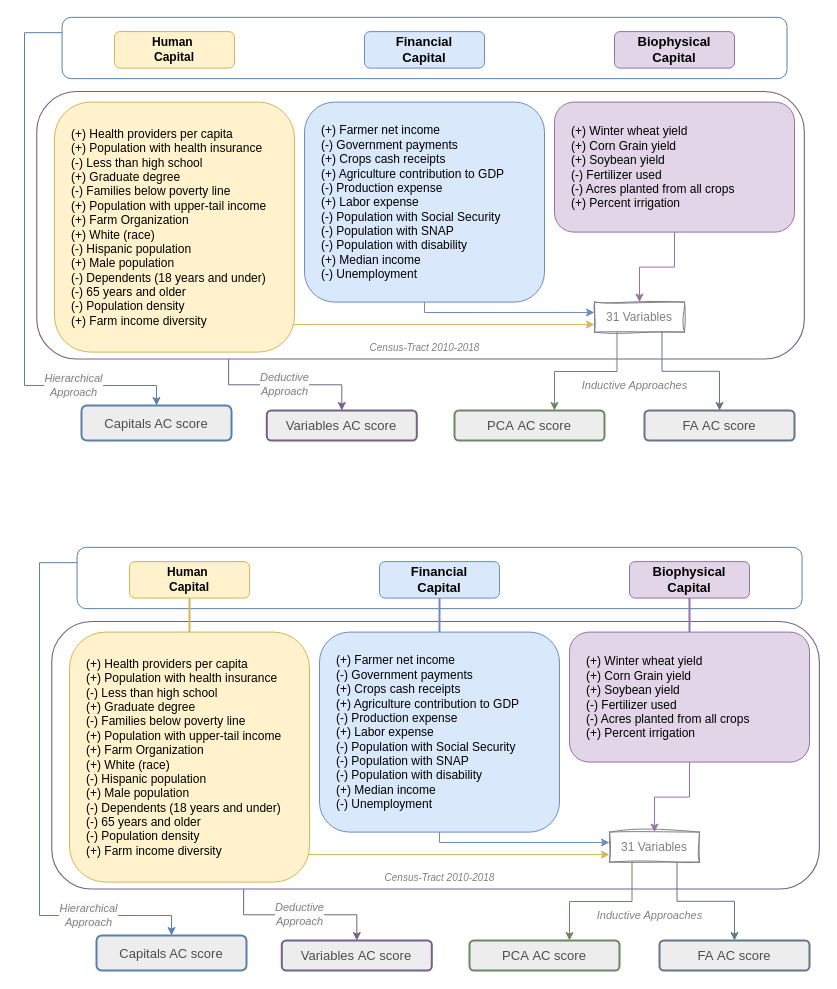
Before: ACIndicatorSelectionFrameworkSummer2024.drawio in dealchre/gradDrawio, a draw.io diagram. Source tidied: cells renumbered, new cells numbered last; positions are measured from the earlier drawing's top-left corner, leaving out a move shared by most shapes. Both pictures are drawn from the tidied source at 100%, with x=0, y=0 at pixel (24, -315).
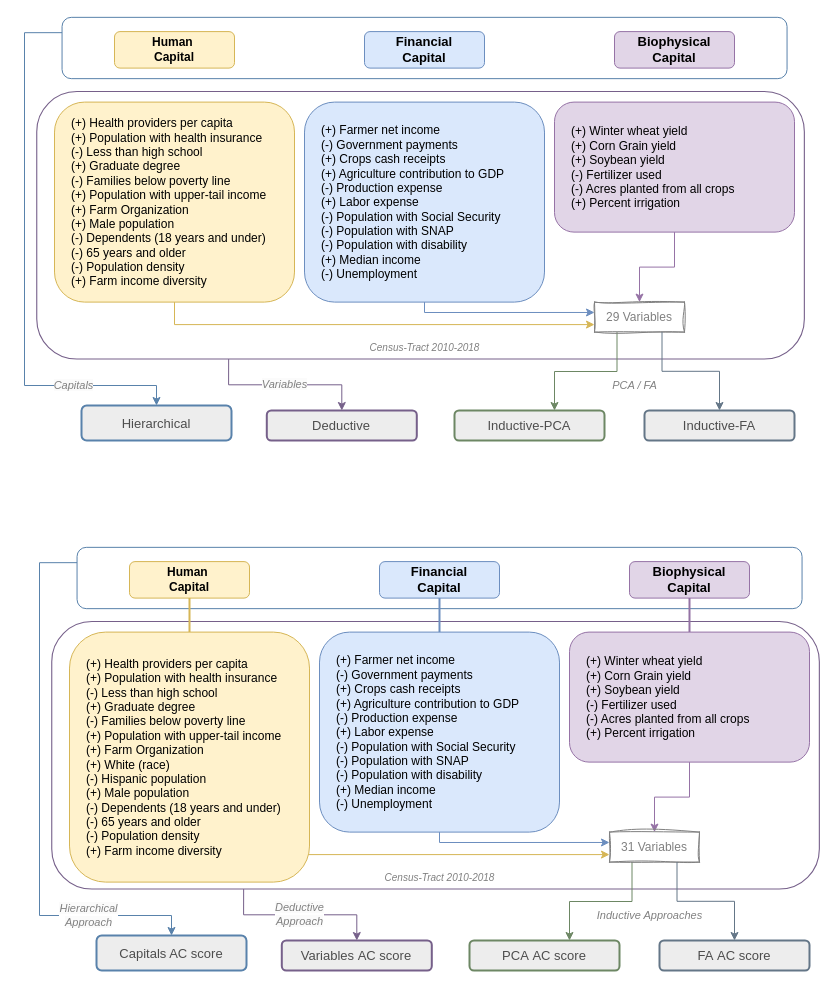
After the change.

The change refers to these unchanged cells:
```xml
<mxCell id="6" style="rounded=1;whiteSpace=wrap;html=1;fontSize=13;labelBorderColor=default;labelBackgroundColor=none;fillColor=none;strokeColor=#76608A;rotation=90;fontColor=#333333;strokeWidth=1.1;" parent="1" vertex="1">
  <mxGeometry x="262.3" y="156" width="267.5" height="767.6" as="geometry" />
</mxCell>
<mxCell id="12" style="rounded=1;whiteSpace=wrap;html=1;labelBackgroundColor=none;labelBorderColor=default;strokeColor=#5982AB;fontSize=13;fillColor=none;gradientColor=default;rotation=90;" parent="1" vertex="1">
  <mxGeometry x="369.4" width="61.3" height="725" as="geometry" />
</mxCell>
```

What changed in the source:
```diff
@@
-    <mxCell id="2" value="&lt;font style=&quot;font-size: 13px;&quot;&gt;Capitals AC score&lt;/font&gt;" style="text;html=1;strokeColor=#5982AB;fillColor=#EDEDED;align=center;verticalAlign=middle;whiteSpace=wrap;rounded=1;fontSize=12;fontColor=#4D4D4D;fontFamily=Helvetica;labelBorderColor=none;labelBackgroundColor=none;strokeWidth=2;" parent="1" vertex="1">
+    <mxCell id="2" value="&lt;font style=&quot;font-size: 13px;&quot;&gt;Hierarchical&lt;/font&gt;" style="text;html=1;strokeColor=#5982AB;fillColor=#EDEDED;align=center;verticalAlign=middle;whiteSpace=wrap;rounded=1;fontSize=12;fontColor=#4D4D4D;fontFamily=Helvetica;labelBorderColor=none;labelBackgroundColor=none;strokeWidth=2;" parent="1" vertex="1">
       <mxGeometry x="57" y="720" width="150" height="35" as="geometry" />
     </mxCell>
-    <mxCell id="3" value="&lt;font style=&quot;font-size: 13px;&quot;&gt;&lt;font style=&quot;font-size: 13px;&quot;&gt;PCA&amp;nbsp;&lt;/font&gt;&lt;span style=&quot;&quot;&gt;AC score&lt;/span&gt;&lt;/font&gt;" style="text;html=1;strokeColor=#6D8764;fillColor=#EDEDED;align=center;verticalAlign=middle;whiteSpace=wrap;rounded=1;glass=0;shadow=0;fontColor=#4D4D4D;strokeWidth=2;" parent="1" vertex="1">
+    <mxCell id="3" value="&lt;span style=&quot;font-size: 13px;&quot;&gt;Inductive-PCA&lt;/span&gt;" style="text;html=1;strokeColor=#6D8764;fillColor=#EDEDED;align=center;verticalAlign=middle;whiteSpace=wrap;rounded=1;glass=0;shadow=0;fontColor=#4D4D4D;strokeWidth=2;" parent="1" vertex="1">
       <mxGeometry x="430" y="725" width="150" height="30" as="geometry" />
     </mxCell>
-    <mxCell id="4" value="&lt;font style=&quot;font-size: 13px;&quot;&gt;&lt;font style=&quot;font-size: 13px;&quot;&gt;FA&amp;nbsp;&lt;/font&gt;&lt;span style=&quot;&quot;&gt;AC score&lt;/span&gt;&lt;/font&gt;" style="text;html=1;strokeColor=#647687;fillColor=#EDEDED;align=center;verticalAlign=middle;whiteSpace=wrap;rounded=1;glass=0;shadow=0;fontColor=#4D4D4D;strokeWidth=2;" parent="1" vertex="1">
+    <mxCell id="4" value="&lt;span style=&quot;font-size: 13px;&quot;&gt;Inductive-FA&lt;/span&gt;" style="text;html=1;strokeColor=#647687;fillColor=#EDEDED;align=center;verticalAlign=middle;whiteSpace=wrap;rounded=1;glass=0;shadow=0;fontColor=#4D4D4D;strokeWidth=2;" parent="1" vertex="1">
       <mxGeometry x="620" y="725" width="150" height="30" as="geometry" />
     </mxCell>
-    <mxCell id="5" value="&lt;span style=&quot;font-family: Helvetica; font-variant-ligatures: normal; font-variant-caps: normal; font-weight: 400; letter-spacing: normal; orphans: 2; text-align: center; text-indent: 0px; text-transform: none; widows: 2; word-spacing: 0px; -webkit-text-stroke-width: 0px; white-space: normal; background-color: rgb(251, 251, 251); text-decoration-thickness: initial; text-decoration-style: initial; text-decoration-color: initial; float: none; display: inline !important;&quot;&gt;&lt;font style=&quot;font-size: 11px;&quot;&gt;&lt;i&gt;Deductive Approach&lt;/i&gt;&lt;/font&gt;&lt;/span&gt;" style="edgeStyle=orthogonalEdgeStyle;rounded=0;jettySize=auto;html=1;exitX=1;exitY=0.75;exitDx=0;exitDy=0;entryX=0.5;entryY=0;entryDx=0;entryDy=0;strokeColor=#76608A;fontColor=#808080;" parent="1" edge="1" source="6" target="21">
+    <mxCell id="5" value="&lt;span style=&quot;font-family: Helvetica; font-variant-ligatures: normal; font-variant-caps: normal; font-weight: 400; letter-spacing: normal; orphans: 2; text-align: center; text-indent: 0px; text-transform: none; widows: 2; word-spacing: 0px; -webkit-text-stroke-width: 0px; white-space: normal; background-color: rgb(251, 251, 251); text-decoration-thickness: initial; text-decoration-style: initial; text-decoration-color: initial; float: none; display: inline !important;&quot;&gt;&lt;font style=&quot;font-size: 11px;&quot;&gt;&lt;i&gt;Variables&lt;/i&gt;&lt;/font&gt;&lt;/span&gt;" style="edgeStyle=orthogonalEdgeStyle;rounded=0;jettySize=auto;html=1;exitX=1;exitY=0.75;exitDx=0;exitDy=0;entryX=0.5;entryY=0;entryDx=0;entryDy=0;strokeColor=#76608A;fontColor=#808080;" parent="1" edge="1" source="6" target="21">
       <mxGeometry relative="1" as="geometry" />
     </mxCell>
@@
-    <mxCell id="7" style="edgeStyle=orthogonalEdgeStyle;rounded=0;jettySize=auto;html=1;exitX=0.995;exitY=0.832;exitDx=0;exitDy=0;strokeColor=#d6b656;exitPerimeter=0;fillColor=#fff2cc;entryX=0;entryY=0.75;entryDx=0;entryDy=0;" parent="1" edge="1" target="19">
+    <mxCell id="7" style="edgeStyle=orthogonalEdgeStyle;rounded=0;jettySize=auto;html=1;exitX=0.5;exitY=1;exitDx=0;exitDy=0;strokeColor=#d6b656;fillColor=#fff2cc;entryX=0;entryY=0.75;entryDx=0;entryDy=0;" parent="1" edge="1" source="8" target="19">
       <mxGeometry relative="1" as="geometry">
-        <mxPoint x="267.8" y="632.8" as="sourcePoint" />
         <Array as="points">
-          <mxPoint x="259" y="633.1" />
-          <mxPoint x="259" y="639.1" />
+          <mxPoint x="150" y="639" />
         </Array>
       </mxGeometry>
     </mxCell>
-    <mxCell id="8" value="&lt;div style=&quot;&quot;&gt;&lt;span style=&quot;background-color: initial;&quot;&gt;(+) Health providers per capita&lt;/span&gt;&lt;/div&gt;&lt;span style=&quot;background-color: initial;&quot;&gt;&lt;div style=&quot;&quot;&gt;&lt;span style=&quot;background-color: initial;&quot;&gt;(+) Population with health insurance&lt;/span&gt;&lt;/div&gt;&lt;/span&gt;&lt;span style=&quot;background-color: initial;&quot;&gt;&lt;div style=&quot;&quot;&gt;&lt;span style=&quot;background-color: initial;&quot;&gt;(-) Less than high school&lt;/span&gt;&lt;/div&gt;&lt;/span&gt;&lt;span style=&quot;background-color: initial;&quot;&gt;&lt;div style=&quot;&quot;&gt;&lt;span style=&quot;background-color: initial;&quot;&gt;(+) Graduate degree&lt;/span&gt;&lt;/div&gt;&lt;/span&gt;&lt;span style=&quot;background-color: initial;&quot;&gt;&lt;div style=&quot;&quot;&gt;&lt;span style=&quot;background-color: initial;&quot;&gt;(-) Families below poverty line&lt;/span&gt;&lt;/div&gt;&lt;/span&gt;&lt;span style=&quot;background-color: initial;&quot;&gt;&lt;div style=&quot;&quot;&gt;&lt;span style=&quot;background-color: initial;&quot;&gt;(+) Population with upper-tail income&lt;/span&gt;&lt;/div&gt;&lt;div style=&quot;&quot;&gt;(+) Farm Organization&lt;span style=&quot;background-color: initial;&quot;&gt;&lt;br&gt;&lt;/span&gt;&lt;/div&gt;&lt;/span&gt;&lt;span style=&quot;background-color: initial;&quot;&gt;&lt;div style=&quot;&quot;&gt;&lt;span style=&quot;background-color: initial;&quot;&gt;(+) White (race)&lt;/span&gt;&lt;/div&gt;&lt;/span&gt;&lt;span style=&quot;background-color: initial;&quot;&gt;&lt;div style=&quot;&quot;&gt;&lt;span style=&quot;background-color: initial;&quot;&gt;(-) Hispanic population&lt;/span&gt;&lt;/div&gt;&lt;/span&gt;&lt;span style=&quot;background-color: initial;&quot;&gt;&lt;div style=&quot;&quot;&gt;&lt;span style=&quot;background-color: initial;&quot;&gt;(+) Male population&lt;/span&gt;&lt;/div&gt;&lt;/span&gt;&lt;span style=&quot;background-color: initial;&quot;&gt;&lt;div style=&quot;&quot;&gt;&lt;span style=&quot;background-color: initial;&quot;&gt;(-) Dependents (18 years and under)&lt;/span&gt;&lt;/div&gt;&lt;/span&gt;&lt;span style=&quot;background-color: initial;&quot;&gt;&lt;div style=&quot;&quot;&gt;&lt;span style=&quot;background-color: initial;&quot;&gt;(-) 65 years and older&lt;/span&gt;&lt;/div&gt;&lt;/span&gt;&lt;span style=&quot;background-color: initial;&quot;&gt;&lt;div style=&quot;&quot;&gt;&lt;span style=&quot;background-color: initial;&quot;&gt;(-) Population density&lt;/span&gt;&lt;/div&gt;&lt;/span&gt;&lt;span style=&quot;background-color: initial;&quot;&gt;&lt;div style=&quot;&quot;&gt;&lt;span style=&quot;background-color: initial;&quot;&gt;(+) Farm income diversity&amp;nbsp;&lt;/span&gt;&lt;/div&gt;&lt;/span&gt;" style="whiteSpace=wrap;html=1;rounded=1;fillColor=#fff2cc;strokeColor=#d6b656;align=left;spacingLeft=15;" parent="1" vertex="1">
-      <mxGeometry x="30" y="416.6" width="240" height="250" as="geometry" />
+    <mxCell id="8" value="&lt;div style=&quot;&quot;&gt;&lt;span style=&quot;background-color: initial;&quot;&gt;(+) Health providers per capita&lt;/span&gt;&lt;/div&gt;&lt;span style=&quot;background-color: initial;&quot;&gt;&lt;div style=&quot;&quot;&gt;&lt;span style=&quot;background-color: initial;&quot;&gt;(+) Population with health insurance&lt;/span&gt;&lt;/div&gt;&lt;/span&gt;&lt;span style=&quot;background-color: initial;&quot;&gt;&lt;div style=&quot;&quot;&gt;&lt;span style=&quot;background-color: initial;&quot;&gt;(-) Less than high school&lt;/span&gt;&lt;/div&gt;&lt;/span&gt;&lt;span style=&quot;background-color: initial;&quot;&gt;&lt;div style=&quot;&quot;&gt;&lt;span style=&quot;background-color: initial;&quot;&gt;(+) Graduate degree&lt;/span&gt;&lt;/div&gt;&lt;/span&gt;&lt;span style=&quot;background-color: initial;&quot;&gt;&lt;div style=&quot;&quot;&gt;&lt;span style=&quot;background-color: initial;&quot;&gt;(-) Families below poverty line&lt;/span&gt;&lt;/div&gt;&lt;/span&gt;&lt;span style=&quot;background-color: initial;&quot;&gt;&lt;div style=&quot;&quot;&gt;&lt;span style=&quot;background-color: initial;&quot;&gt;(+) Population with upper-tail income&lt;/span&gt;&lt;/div&gt;&lt;div style=&quot;&quot;&gt;(+) Farm Organization&lt;/div&gt;&lt;/span&gt;&lt;span style=&quot;background-color: initial;&quot;&gt;&lt;div style=&quot;&quot;&gt;&lt;span style=&quot;background-color: initial;&quot;&gt;(+) Male population&lt;/span&gt;&lt;/div&gt;&lt;/span&gt;&lt;span style=&quot;background-color: initial;&quot;&gt;&lt;div style=&quot;&quot;&gt;&lt;span style=&quot;background-color: initial;&quot;&gt;(-) Dependents (18 years and under)&lt;/span&gt;&lt;/div&gt;&lt;/span&gt;&lt;span style=&quot;background-color: initial;&quot;&gt;&lt;div style=&quot;&quot;&gt;&lt;span style=&quot;background-color: initial;&quot;&gt;(-) 65 years and older&lt;/span&gt;&lt;/div&gt;&lt;/span&gt;&lt;span style=&quot;background-color: initial;&quot;&gt;&lt;div style=&quot;&quot;&gt;&lt;span style=&quot;background-color: initial;&quot;&gt;(-) Population density&lt;/span&gt;&lt;/div&gt;&lt;/span&gt;&lt;span style=&quot;background-color: initial;&quot;&gt;&lt;div style=&quot;&quot;&gt;&lt;span style=&quot;background-color: initial;&quot;&gt;(+) Farm income diversity&amp;nbsp;&lt;/span&gt;&lt;/div&gt;&lt;/span&gt;" style="whiteSpace=wrap;html=1;rounded=1;fillColor=#fff2cc;strokeColor=#d6b656;align=left;spacingLeft=15;" parent="1" vertex="1">
+      <mxGeometry x="30" y="416.6" width="240" height="200" as="geometry" />
     </mxCell>
@@
-    <mxCell id="11" value="&lt;i style=&quot;forced-color-adjust: none; font-family: Helvetica; font-variant-ligatures: normal; font-variant-caps: normal; font-weight: 400; letter-spacing: normal; orphans: 2; text-align: center; text-indent: 0px; text-transform: none; widows: 2; word-spacing: 0px; -webkit-text-stroke-width: 0px; white-space: normal; background-color: rgb(251, 251, 251); text-decoration-thickness: initial; text-decoration-style: initial; text-decoration-color: initial;&quot;&gt;Hierarchical Approach&lt;/i&gt;" style="edgeStyle=orthogonalEdgeStyle;rounded=0;jettySize=auto;html=1;exitX=0.25;exitY=1;exitDx=0;exitDy=0;strokeColor=#5982AB;fontColor=#808080;" parent="1" edge="1" source="12" target="2">
+    <mxCell id="11" value="&lt;i style=&quot;forced-color-adjust: none; font-family: Helvetica; font-variant-ligatures: normal; font-variant-caps: normal; font-weight: 400; letter-spacing: normal; orphans: 2; text-align: center; text-indent: 0px; text-transform: none; widows: 2; word-spacing: 0px; -webkit-text-stroke-width: 0px; white-space: normal; background-color: rgb(251, 251, 251); text-decoration-thickness: initial; text-decoration-style: initial; text-decoration-color: initial;&quot;&gt;Capitals&lt;/i&gt;" style="edgeStyle=orthogonalEdgeStyle;rounded=0;jettySize=auto;html=1;exitX=0.25;exitY=1;exitDx=0;exitDy=0;strokeColor=#5982AB;fontColor=#808080;" parent="1" edge="1" source="12" target="2">
       <mxGeometry x="0.62" relative="1" as="geometry">
         <Array as="points">
           <mxPoint y="347" />
           <mxPoint y="700" />
           <mxPoint x="132" y="700" />
         </Array>
       </mxGeometry>
     </mxCell>
@@
-    <mxCell id="18" value="&lt;i&gt;Inductive Approaches&lt;/i&gt;" style="edgeStyle=orthogonalEdgeStyle;rounded=0;jettySize=auto;html=1;exitX=0.25;exitY=1;exitDx=0;exitDy=0;fontColor=#808080;strokeColor=#6D8764;" parent="1" edge="1" source="19" target="3">
+    <mxCell id="18" value="&lt;i&gt;PCA / FA&lt;/i&gt;" style="edgeStyle=orthogonalEdgeStyle;rounded=0;jettySize=auto;html=1;exitX=0.25;exitY=1;exitDx=0;exitDy=0;fontColor=#808080;strokeColor=#6D8764;" parent="1" edge="1" source="19" target="3">
       <mxGeometry x="-0.44" y="22" relative="1" as="geometry">
         <Array as="points">
           <mxPoint x="593" y="686" />
           <mxPoint x="530" y="686" />
         </Array>
         <mxPoint x="17" y="-8" as="offset" />
       </mxGeometry>
     </mxCell>
-    <mxCell id="19" value="&lt;font color=&quot;#808080&quot;&gt;31 Variables&lt;/font&gt;" style="text;html=1;strokeColor=#808080;fillColor=none;align=center;verticalAlign=middle;whiteSpace=wrap;rounded=0;glass=0;sketch=1;curveFitting=1;jiggle=2;shadow=0;" parent="1" vertex="1">
+    <mxCell id="19" value="&lt;font color=&quot;#808080&quot;&gt;29 Variables&lt;/font&gt;" style="text;html=1;strokeColor=#808080;fillColor=none;align=center;verticalAlign=middle;whiteSpace=wrap;rounded=0;glass=0;sketch=1;curveFitting=1;jiggle=2;shadow=0;" parent="1" vertex="1">
       <mxGeometry x="570" y="616.6" width="90" height="30" as="geometry" />
     </mxCell>
@@
-    <mxCell id="21" value="&lt;font style=&quot;font-size: 13px;&quot;&gt;Variables&amp;nbsp;AC score&lt;/font&gt;" style="text;html=1;strokeColor=#76608A;fillColor=#EDEDED;align=center;verticalAlign=middle;whiteSpace=wrap;rounded=1;fontSize=12;fontColor=#4D4D4D;strokeWidth=2;labelBorderColor=none;labelBackgroundColor=none;" parent="1" vertex="1">
+    <mxCell id="21" value="&lt;font style=&quot;font-size: 13px;&quot;&gt;Deductive&lt;/font&gt;" style="text;html=1;strokeColor=#76608A;fillColor=#EDEDED;align=center;verticalAlign=middle;whiteSpace=wrap;rounded=1;fontSize=12;fontColor=#4D4D4D;strokeWidth=2;labelBorderColor=none;labelBackgroundColor=none;" parent="1" vertex="1">
       <mxGeometry x="242.3" y="725" width="150" height="30" as="geometry" />
     </mxCell>
```
